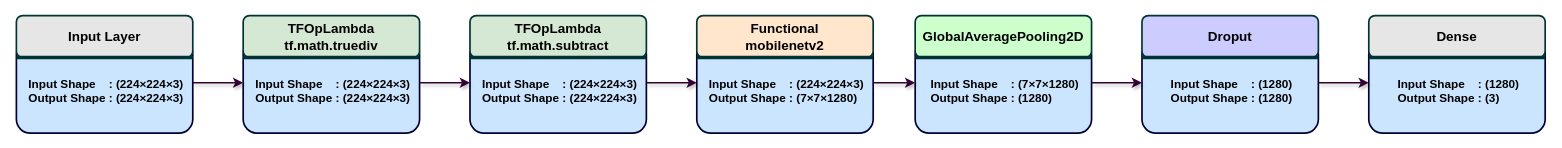
JSrabonee/COVID_paper_diagrams keeps this draw.io diagram as MobileNetV2_ar.drawio. Above is the earlier version. Source tidied: cells renumbered, new cells numbered last; positions are measured from the earlier drawing's top-left corner, leaving out a move shared by most shapes. Both pictures are drawn from the tidied source at 84%, with x=0, y=0 at pixel (16, 15).
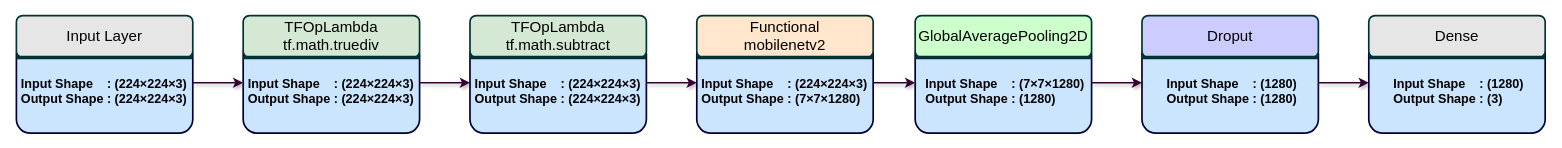
The same diagram, later.

The change refers to these unchanged cells:
```xml
<mxCell id="2" style="group;" parent="1" vertex="1">
  <mxGeometry width="210" height="140" as="geometry" />
</mxCell>
<mxCell id="7" style="group;" parent="1" vertex="1">
  <mxGeometry x="270" width="210" height="140" as="geometry" />
</mxCell>
<mxCell id="12" style="group;" parent="1" vertex="1">
  <mxGeometry x="540" width="210" height="140" as="geometry" />
</mxCell>
<mxCell id="17" style="group;" parent="1" vertex="1">
  <mxGeometry x="810" width="210" height="140" as="geometry" />
</mxCell>
<mxCell id="22" style="group;" parent="1" vertex="1">
  <mxGeometry x="1070" width="210" height="140" as="geometry" />
</mxCell>
<mxCell id="27" style="group;" parent="1" vertex="1">
  <mxGeometry x="1340" width="210" height="140" as="geometry" />
</mxCell>
<mxCell id="32" style="group;" parent="1" vertex="1">
  <mxGeometry x="1610" width="210" height="140" as="geometry" />
</mxCell>
```

Change to the diagram source:
```diff
@@
-    <mxCell id="4" value="&lt;font style=&quot;font-size: 16px&quot;&gt;&lt;b&gt;Input Layer&lt;/b&gt;&lt;/font&gt;" style="rounded=1;whiteSpace=wrap;html=1;align=center;fillColor=#E6E6E6;strokeWidth=2;strokeColor=#003333;" parent="2" vertex="1">
+    <mxCell id="4" value="&lt;font size=&quot;1&quot;&gt;&lt;span style=&quot;font-size: 18px&quot;&gt;Input Layer&lt;/span&gt;&lt;/font&gt;" style="rounded=1;whiteSpace=wrap;html=1;align=center;fillColor=#E6E6E6;strokeWidth=2;strokeColor=#003333;" parent="2" vertex="1">
       <mxGeometry width="210" height="50" as="geometry" />
     </mxCell>
-    <mxCell id="5" value="&lt;div style=&quot;text-align: justify ; font-size: 14px&quot;&gt;&lt;b&gt;&lt;font style=&quot;font-size: 14px&quot;&gt;&amp;nbsp;Input Shape&amp;nbsp; &amp;nbsp; : (224×224×3)&lt;/font&gt;&lt;/b&gt;&lt;/div&gt;&lt;div style=&quot;text-align: justify ; font-size: 14px&quot;&gt;&lt;b&gt;&lt;font style=&quot;font-size: 14px&quot;&gt;&amp;nbsp;Output Shape : (224×224×3)&lt;/font&gt;&lt;/b&gt;&lt;/div&gt;" style="rounded=0;whiteSpace=wrap;html=1;align=center;fillColor=#CCE5FF;strokeColor=none;" parent="2" vertex="1">
-      <mxGeometry x="5" y="50" width="200" height="80" as="geometry" />
+    <mxCell id="5" value="&lt;div style=&quot;text-align: justify ; font-size: 15px&quot;&gt;&lt;b&gt;&lt;font style=&quot;font-size: 15px&quot;&gt;&amp;nbsp;Input Shape&amp;nbsp; &amp;nbsp; : (224×224×3)&lt;/font&gt;&lt;/b&gt;&lt;/div&gt;&lt;div style=&quot;text-align: justify ; font-size: 15px&quot;&gt;&lt;b&gt;&lt;font style=&quot;font-size: 15px&quot;&gt;&amp;nbsp;Output Shape : (224×224×3)&lt;/font&gt;&lt;/b&gt;&lt;/div&gt;" style="rounded=0;whiteSpace=wrap;html=1;align=center;fillColor=none;strokeColor=none;" parent="2" vertex="1">
+      <mxGeometry y="50" width="205" height="80" as="geometry" />
     </mxCell>
@@
-    <mxCell id="9" value="&lt;font style=&quot;font-size: 16px&quot;&gt;&lt;b&gt;TFOpLambda tf.math.truediv&lt;/b&gt;&lt;/font&gt;" style="rounded=1;whiteSpace=wrap;html=1;align=center;fillColor=#D5E8D4;strokeWidth=2;strokeColor=#003333;" parent="7" vertex="1">
+    <mxCell id="9" value="&lt;font size=&quot;1&quot;&gt;&lt;span style=&quot;font-size: 18px&quot;&gt;TFOpLambda tf.math.truediv&lt;/span&gt;&lt;/font&gt;" style="rounded=1;whiteSpace=wrap;html=1;align=center;fillColor=#D5E8D4;strokeWidth=2;strokeColor=#003333;" parent="7" vertex="1">
       <mxGeometry width="210" height="50" as="geometry" />
     </mxCell>
-    <mxCell id="10" value="&lt;div style=&quot;text-align: justify ; font-size: 14px&quot;&gt;&lt;b&gt;&lt;font style=&quot;font-size: 14px&quot;&gt;&amp;nbsp;Input Shape&amp;nbsp; &amp;nbsp; : (224×224×3)&lt;/font&gt;&lt;/b&gt;&lt;/div&gt;&lt;div style=&quot;text-align: justify ; font-size: 14px&quot;&gt;&lt;b&gt;&lt;font style=&quot;font-size: 14px&quot;&gt;&amp;nbsp;Output Shape : (224×224×3)&lt;/font&gt;&lt;/b&gt;&lt;/div&gt;" style="rounded=0;whiteSpace=wrap;html=1;align=center;fillColor=#CCE5FF;strokeColor=none;" parent="7" vertex="1">
-      <mxGeometry x="5" y="50" width="200" height="80" as="geometry" />
+    <mxCell id="10" value="&lt;div style=&quot;text-align: justify ; font-size: 15px&quot;&gt;&lt;b&gt;&lt;font style=&quot;font-size: 15px&quot;&gt;&amp;nbsp;Input Shape&amp;nbsp; &amp;nbsp; : (224×224×3)&lt;/font&gt;&lt;/b&gt;&lt;/div&gt;&lt;div style=&quot;text-align: justify ; font-size: 15px&quot;&gt;&lt;b&gt;&lt;font style=&quot;font-size: 15px&quot;&gt;&amp;nbsp;Output Shape : (224×224×3)&lt;/font&gt;&lt;/b&gt;&lt;/div&gt;" style="rounded=0;whiteSpace=wrap;html=1;align=center;fillColor=none;strokeColor=none;" parent="7" vertex="1">
+      <mxGeometry y="50" width="205" height="80" as="geometry" />
     </mxCell>
     <mxCell id="11" style="endArrow=none;html=1;rounded=0;fontSize=14;strokeWidth=4;strokeColor=#003333;entryX=1;entryY=1;entryDx=0;entryDy=0;exitX=0;exitY=1;exitDx=0;exitDy=0;" parent="7" edge="1" source="9" target="9">
-      <mxGeometry relative="1" as="geometry" />
+      <mxGeometry relative="1" as="geometry">
+        <Array as="points">
+          <mxPoint x="105" y="50" />
+        </Array>
+      </mxGeometry>
     </mxCell>
@@
-    <mxCell id="14" value="&lt;font style=&quot;font-size: 16px&quot;&gt;&lt;b&gt;TFOpLambda tf.math.subtract&lt;/b&gt;&lt;/font&gt;" style="rounded=1;whiteSpace=wrap;html=1;align=center;fillColor=#D5E8D4;strokeWidth=2;strokeColor=#003333;" parent="12" vertex="1">
+    <mxCell id="14" value="&lt;font size=&quot;1&quot;&gt;&lt;span style=&quot;font-size: 18px&quot;&gt;TFOpLambda tf.math.subtract&lt;/span&gt;&lt;/font&gt;" style="rounded=1;whiteSpace=wrap;html=1;align=center;fillColor=#D5E8D4;strokeWidth=2;strokeColor=#003333;" parent="12" vertex="1">
       <mxGeometry width="210" height="50" as="geometry" />
     </mxCell>
-    <mxCell id="15" value="&lt;div style=&quot;text-align: justify ; font-size: 14px&quot;&gt;&lt;b&gt;&lt;font style=&quot;font-size: 14px&quot;&gt;&amp;nbsp;Input Shape&amp;nbsp; &amp;nbsp; : (224×224×3)&lt;/font&gt;&lt;/b&gt;&lt;/div&gt;&lt;div style=&quot;text-align: justify ; font-size: 14px&quot;&gt;&lt;b&gt;&lt;font style=&quot;font-size: 14px&quot;&gt;&amp;nbsp;Output Shape : (224×224×3)&lt;/font&gt;&lt;/b&gt;&lt;/div&gt;" style="rounded=0;whiteSpace=wrap;html=1;align=center;fillColor=#CCE5FF;strokeColor=none;" parent="12" vertex="1">
-      <mxGeometry x="5" y="50" width="200" height="80" as="geometry" />
+    <mxCell id="15" value="&lt;div style=&quot;text-align: justify ; font-size: 15px&quot;&gt;&lt;b&gt;&lt;font style=&quot;font-size: 15px&quot;&gt;&amp;nbsp;Input Shape&amp;nbsp; &amp;nbsp; : (224×224×3)&lt;/font&gt;&lt;/b&gt;&lt;/div&gt;&lt;div style=&quot;text-align: justify ; font-size: 15px&quot;&gt;&lt;b&gt;&lt;font style=&quot;font-size: 15px&quot;&gt;&amp;nbsp;Output Shape : (224×224×3)&lt;/font&gt;&lt;/b&gt;&lt;/div&gt;" style="rounded=0;whiteSpace=wrap;html=1;align=center;fillColor=none;strokeColor=none;" parent="12" vertex="1">
+      <mxGeometry y="50" width="205" height="80" as="geometry" />
     </mxCell>
@@
-    <mxCell id="19" value="&lt;span style=&quot;font-size: 16px&quot;&gt;&lt;b&gt;Functional&lt;br&gt;mobilenetv2&lt;/b&gt;&lt;/span&gt;" style="rounded=1;whiteSpace=wrap;html=1;align=center;fillColor=#FFE6CC;strokeWidth=2;strokeColor=#003333;" parent="17" vertex="1">
+    <mxCell id="19" value="&lt;span style=&quot;font-size: 18px&quot;&gt;Functional&lt;br&gt;mobilenetv2&lt;/span&gt;" style="rounded=1;whiteSpace=wrap;html=1;align=center;fillColor=#FFE6CC;strokeWidth=2;strokeColor=#003333;" parent="17" vertex="1">
       <mxGeometry width="210" height="50" as="geometry" />
     </mxCell>
-    <mxCell id="20" value="&lt;div style=&quot;text-align: justify ; font-size: 14px&quot;&gt;&lt;b&gt;&lt;font style=&quot;font-size: 14px&quot;&gt;&amp;nbsp;Input Shape&amp;nbsp; &amp;nbsp; : (224×224×3)&lt;/font&gt;&lt;/b&gt;&lt;/div&gt;&lt;div style=&quot;text-align: justify ; font-size: 14px&quot;&gt;&lt;b&gt;&lt;font style=&quot;font-size: 14px&quot;&gt;&amp;nbsp;Output Shape : (7×7×1280)&lt;/font&gt;&lt;/b&gt;&lt;/div&gt;" style="rounded=0;whiteSpace=wrap;html=1;align=center;fillColor=#CCE5FF;strokeColor=none;" parent="17" vertex="1">
-      <mxGeometry x="5" y="50" width="200" height="80" as="geometry" />
+    <mxCell id="20" value="&lt;div style=&quot;text-align: justify ; font-size: 15px&quot;&gt;&lt;b&gt;&lt;font style=&quot;font-size: 15px&quot;&gt;&amp;nbsp;Input Shape&amp;nbsp; &amp;nbsp; : (224×224×3)&lt;/font&gt;&lt;/b&gt;&lt;/div&gt;&lt;div style=&quot;text-align: justify ; font-size: 15px&quot;&gt;&lt;b&gt;&lt;font style=&quot;font-size: 15px&quot;&gt;&amp;nbsp;Output Shape : (7×7×1280)&lt;/font&gt;&lt;/b&gt;&lt;/div&gt;" style="rounded=0;whiteSpace=wrap;html=1;align=center;fillColor=none;strokeColor=none;" parent="17" vertex="1">
+      <mxGeometry y="50" width="205" height="80" as="geometry" />
     </mxCell>
@@
-    <mxCell id="24" value="&lt;font style=&quot;font-size: 16px&quot;&gt;&lt;b&gt;GlobalAveragePooling2D&lt;/b&gt;&lt;/font&gt;" style="rounded=1;whiteSpace=wrap;html=1;align=center;fillColor=#CCFFCC;strokeWidth=2;strokeColor=#003333;" parent="22" vertex="1">
+    <mxCell id="24" value="&lt;font style=&quot;font-size: 18px&quot;&gt;GlobalAveragePooling2D&lt;/font&gt;" style="rounded=1;whiteSpace=wrap;html=1;align=center;fillColor=#CCFFCC;strokeWidth=2;strokeColor=#003333;" parent="22" vertex="1">
       <mxGeometry width="210" height="50" as="geometry" />
     </mxCell>
-    <mxCell id="25" value="&lt;div style=&quot;text-align: justify ; font-size: 14px&quot;&gt;&lt;b&gt;&lt;font style=&quot;font-size: 14px&quot;&gt;&amp;nbsp;Input Shape&amp;nbsp; &amp;nbsp; : (7×7×1280)&lt;/font&gt;&lt;/b&gt;&lt;/div&gt;&lt;div style=&quot;text-align: justify ; font-size: 14px&quot;&gt;&lt;b&gt;&lt;font style=&quot;font-size: 14px&quot;&gt;&amp;nbsp;Output Shape : (1280)&lt;/font&gt;&lt;/b&gt;&lt;/div&gt;" style="rounded=0;whiteSpace=wrap;html=1;align=center;fillColor=#CCE5FF;strokeColor=none;" parent="22" vertex="1">
+    <mxCell id="25" value="&lt;div style=&quot;text-align: justify ; font-size: 15px&quot;&gt;&lt;b&gt;&lt;font style=&quot;font-size: 15px&quot;&gt;&amp;nbsp;Input Shape&amp;nbsp; &amp;nbsp; : (7×7×1280)&lt;/font&gt;&lt;/b&gt;&lt;/div&gt;&lt;div style=&quot;text-align: justify ; font-size: 15px&quot;&gt;&lt;b&gt;&lt;font style=&quot;font-size: 15px&quot;&gt;&amp;nbsp;Output Shape : (1280)&lt;/font&gt;&lt;/b&gt;&lt;/div&gt;" style="rounded=0;whiteSpace=wrap;html=1;align=center;fillColor=#CCE5FF;strokeColor=none;" parent="22" vertex="1">
       <mxGeometry x="5" y="50" width="200" height="80" as="geometry" />
     </mxCell>
@@
-    <mxCell id="29" value="&lt;font style=&quot;font-size: 16px&quot;&gt;&lt;b&gt;Droput&lt;/b&gt;&lt;/font&gt;" style="rounded=1;whiteSpace=wrap;html=1;align=center;fillColor=#CCCCFF;strokeWidth=2;strokeColor=#003333;" parent="27" vertex="1">
+    <mxCell id="29" value="&lt;font size=&quot;1&quot;&gt;&lt;span style=&quot;font-size: 18px&quot;&gt;Droput&lt;/span&gt;&lt;/font&gt;" style="rounded=1;whiteSpace=wrap;html=1;align=center;fillColor=#CCCCFF;strokeWidth=2;strokeColor=#003333;" parent="27" vertex="1">
       <mxGeometry width="210" height="50" as="geometry" />
     </mxCell>
-    <mxCell id="30" value="&lt;div style=&quot;text-align: justify ; font-size: 14px&quot;&gt;&lt;b&gt;&lt;font style=&quot;font-size: 14px&quot;&gt;&amp;nbsp;Input Shape&amp;nbsp; &amp;nbsp; : (1280)&lt;/font&gt;&lt;/b&gt;&lt;/div&gt;&lt;div style=&quot;text-align: justify ; font-size: 14px&quot;&gt;&lt;b&gt;&lt;font style=&quot;font-size: 14px&quot;&gt;&amp;nbsp;Output Shape : (1280)&lt;/font&gt;&lt;/b&gt;&lt;/div&gt;" style="rounded=0;whiteSpace=wrap;html=1;align=center;fillColor=#CCE5FF;strokeColor=none;" parent="27" vertex="1">
+    <mxCell id="30" value="&lt;div style=&quot;text-align: justify ; font-size: 15px&quot;&gt;&lt;b&gt;&lt;font style=&quot;font-size: 15px&quot;&gt;&amp;nbsp;Input Shape&amp;nbsp; &amp;nbsp; : (1280)&lt;/font&gt;&lt;/b&gt;&lt;/div&gt;&lt;div style=&quot;text-align: justify ; font-size: 15px&quot;&gt;&lt;b&gt;&lt;font style=&quot;font-size: 15px&quot;&gt;&amp;nbsp;Output Shape : (1280)&lt;/font&gt;&lt;/b&gt;&lt;/div&gt;" style="rounded=0;whiteSpace=wrap;html=1;align=center;fillColor=#CCE5FF;strokeColor=none;" parent="27" vertex="1">
       <mxGeometry x="5" y="50" width="200" height="80" as="geometry" />
     </mxCell>
@@
-    <mxCell id="34" value="&lt;font style=&quot;font-size: 16px&quot;&gt;&lt;b&gt;Dense&lt;/b&gt;&lt;/font&gt;" style="rounded=1;whiteSpace=wrap;html=1;align=center;fillColor=#E6E6E6;strokeWidth=2;strokeColor=#003333;" parent="32" vertex="1">
+    <mxCell id="34" value="&lt;font size=&quot;1&quot;&gt;&lt;span style=&quot;font-size: 18px&quot;&gt;Dense&lt;/span&gt;&lt;/font&gt;" style="rounded=1;whiteSpace=wrap;html=1;align=center;fillColor=#E6E6E6;strokeWidth=2;strokeColor=#003333;" parent="32" vertex="1">
       <mxGeometry width="210" height="50" as="geometry" />
     </mxCell>
-    <mxCell id="35" value="&lt;div style=&quot;text-align: justify ; font-size: 14px&quot;&gt;&lt;b&gt;&lt;font style=&quot;font-size: 14px&quot;&gt;&amp;nbsp;Input Shape&amp;nbsp; &amp;nbsp; : (1280)&lt;/font&gt;&lt;/b&gt;&lt;/div&gt;&lt;div style=&quot;text-align: justify ; font-size: 14px&quot;&gt;&lt;b&gt;&lt;font style=&quot;font-size: 14px&quot;&gt;&amp;nbsp;Output Shape : (3)&lt;/font&gt;&lt;/b&gt;&lt;/div&gt;" style="rounded=0;whiteSpace=wrap;html=1;align=center;fillColor=#CCE5FF;strokeColor=none;" parent="32" vertex="1">
+    <mxCell id="35" value="&lt;div style=&quot;text-align: justify ; font-size: 15px&quot;&gt;&lt;b&gt;&lt;font style=&quot;font-size: 15px&quot;&gt;&amp;nbsp;Input Shape&amp;nbsp; &amp;nbsp; : (1280)&lt;/font&gt;&lt;/b&gt;&lt;/div&gt;&lt;div style=&quot;text-align: justify ; font-size: 15px&quot;&gt;&lt;b&gt;&lt;font style=&quot;font-size: 15px&quot;&gt;&amp;nbsp;Output Shape : (3)&lt;/font&gt;&lt;/b&gt;&lt;/div&gt;" style="rounded=0;whiteSpace=wrap;html=1;align=center;fillColor=#CCE5FF;strokeColor=none;" parent="32" vertex="1">
       <mxGeometry x="5" y="50" width="200" height="80" as="geometry" />
     </mxCell>
```
